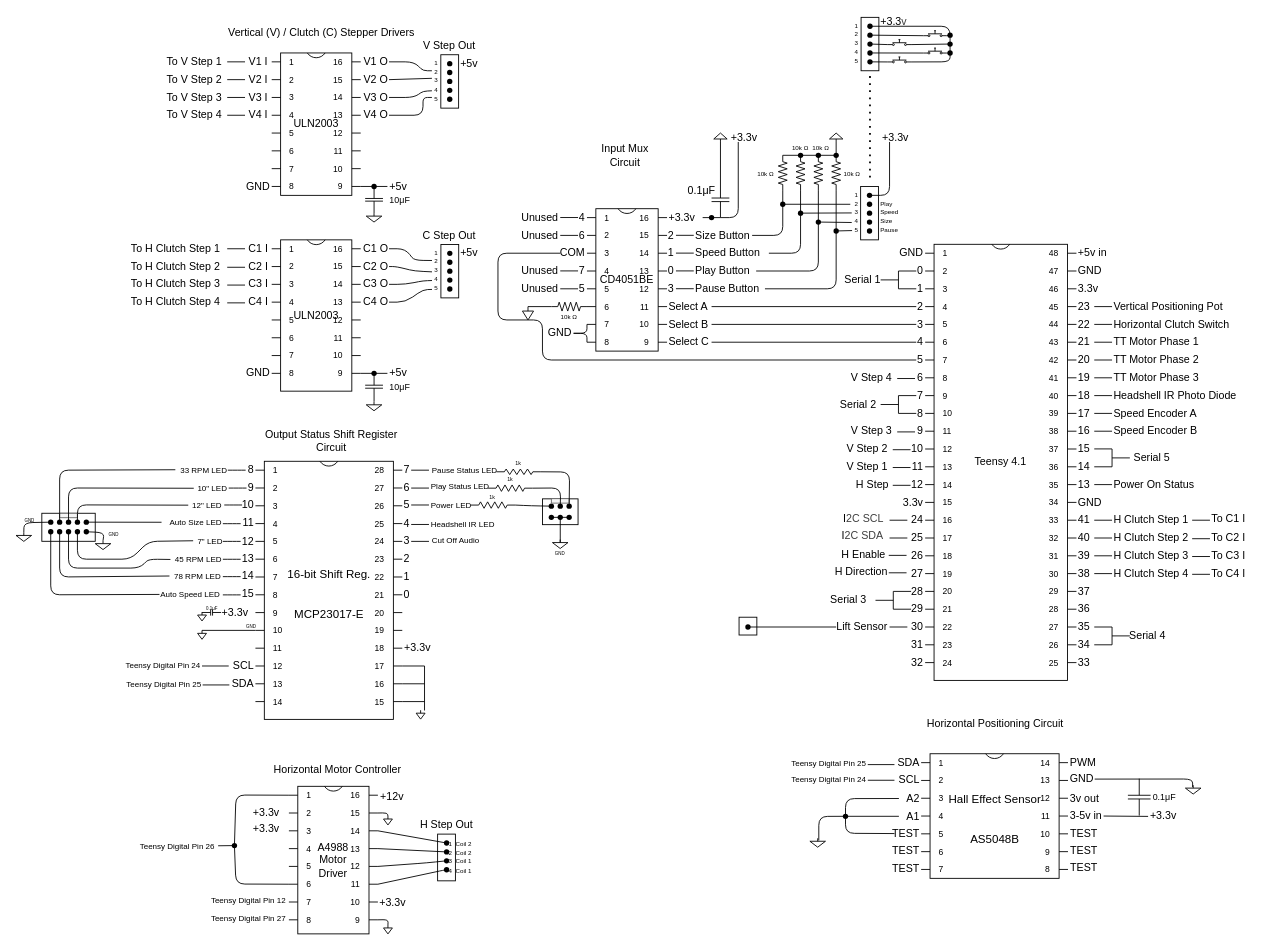
This is electrical/schematic.drawio from pdnelson/Automatic-Turntable-STM-01, a draw.io file, before an edit. Source tidied: cells renumbered, new cells numbered last; positions are measured from the earlier drawing's top-left corner, leaving out a move shared by most shapes. Both pictures are drawn from the tidied source at 89%, with x=0, y=0 at pixel (15, 17).
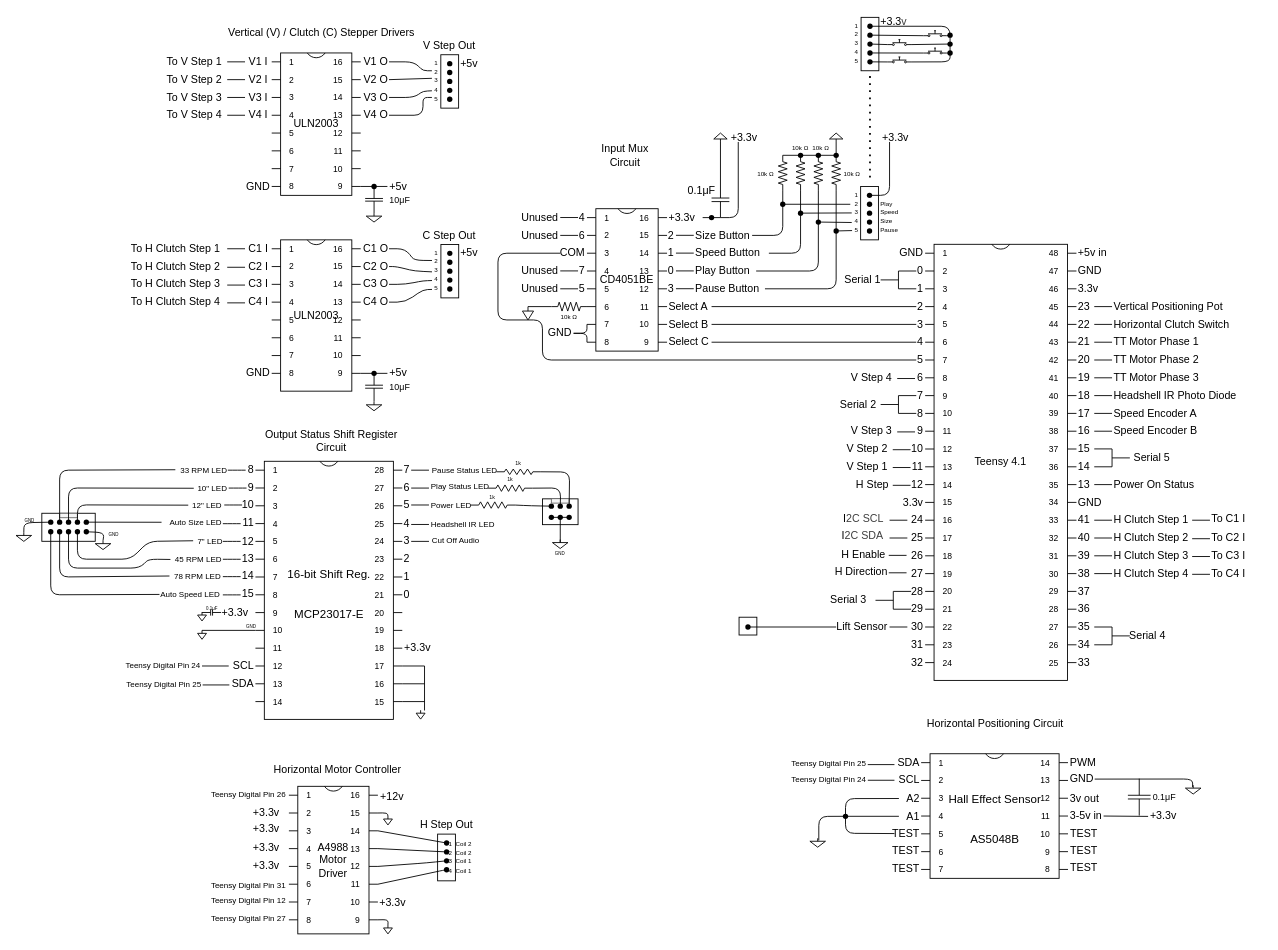
After the change.

Commit message:
Fix schematic to properly accommodate az stepper

Unchanged cells that the change refers to:
```xml
<mxCell id="478" value="A4988&lt;div&gt;Motor&lt;/div&gt;&lt;div&gt;Driver&lt;/div&gt;" style="shadow=0;dashed=0;align=center;html=1;strokeWidth=1;shape=mxgraph.electrical.logic_gates.dual_inline_ic;labelNames=a,b,c,d,e,f,g,h,i,j,k,l,m,n,o,p,q,r,s,t;whiteSpace=wrap;" parent="1" vertex="1">
  <mxGeometry x="307.1" y="864" width="100" height="165.8" as="geometry" />
</mxCell>
```

Change to the diagram source:
```diff
@@
-    <mxCell id="487" style="endArrow=none;html=1;entryX=0;entryY=0;entryDx=0;entryDy=10;entryPerimeter=0;" parent="1" edge="1" source="490" target="478">
-      <mxGeometry relative="1" as="geometry">
-        <Array as="points">
-          <mxPoint x="247.6" y="873.8" />
-        </Array>
-      </mxGeometry>
-    </mxCell>
-    <mxCell id="488" style="endArrow=none;html=1;entryX=0;entryY=0;entryDx=0;entryDy=110;entryPerimeter=0;" parent="1" edge="1" source="490" target="478">
-      <mxGeometry relative="1" as="geometry">
-        <Array as="points">
-          <mxPoint x="247.6" y="973.8" />
-        </Array>
-      </mxGeometry>
-    </mxCell>
-    <mxCell id="489" style="endArrow=none;html=1;" parent="1" edge="1" target="490">
-      <mxGeometry relative="1" as="geometry">
-        <mxPoint x="227.6" y="930.8" as="sourcePoint" />
-      </mxGeometry>
-    </mxCell>
-    <mxCell id="490" style="shape=waypoint;sketch=0;fillStyle=solid;size=6;points=[];fillColor=none;perimeter=centerPerimeter;snapToPoint=1;" parent="1" vertex="1">
-      <mxGeometry x="235.9" y="920.6" width="20" height="20" as="geometry" />
-    </mxCell>
-    <mxCell id="491" value="&lt;font style=&quot;font-size: 9px;&quot;&gt;Teensy Digital Pin 26&lt;/font&gt;" style="text;html=1;align=right;verticalAlign=middle;whiteSpace=wrap;rounded=0;" parent="1" vertex="1">
-      <mxGeometry x="119.6" y="923.1" width="105.5" height="15" as="geometry" />
+    <mxCell id="491" value="&lt;font style=&quot;font-size: 9px;&quot;&gt;Teensy Digital Pin 31&lt;/font&gt;" style="text;html=1;align=right;verticalAlign=middle;whiteSpace=wrap;rounded=0;" parent="1" vertex="1">
+      <mxGeometry x="199.5" y="967.4" width="105.5" height="15" as="geometry" />
     </mxCell>
@@
+    <mxCell id="515" value="+3.3v" style="text;html=1;align=left;verticalAlign=middle;whiteSpace=wrap;rounded=0;" parent="1" vertex="1">
+      <mxGeometry x="265.1" y="947.7" width="40" height="10" as="geometry" />
+    </mxCell>
+    <mxCell id="516" value="&lt;font style=&quot;font-size: 9px;&quot;&gt;Teensy Digital Pin 26&lt;/font&gt;" style="text;html=1;align=right;verticalAlign=middle;whiteSpace=wrap;rounded=0;" parent="1" vertex="1">
+      <mxGeometry x="199.5" y="865.6" width="105.5" height="15" as="geometry" />
+    </mxCell>
+    <mxCell id="517" value="+3.3v" style="text;html=1;align=left;verticalAlign=middle;whiteSpace=wrap;rounded=0;" parent="1" vertex="1">
+      <mxGeometry x="265" y="927.7" width="40" height="10" as="geometry" />
+    </mxCell>
```
